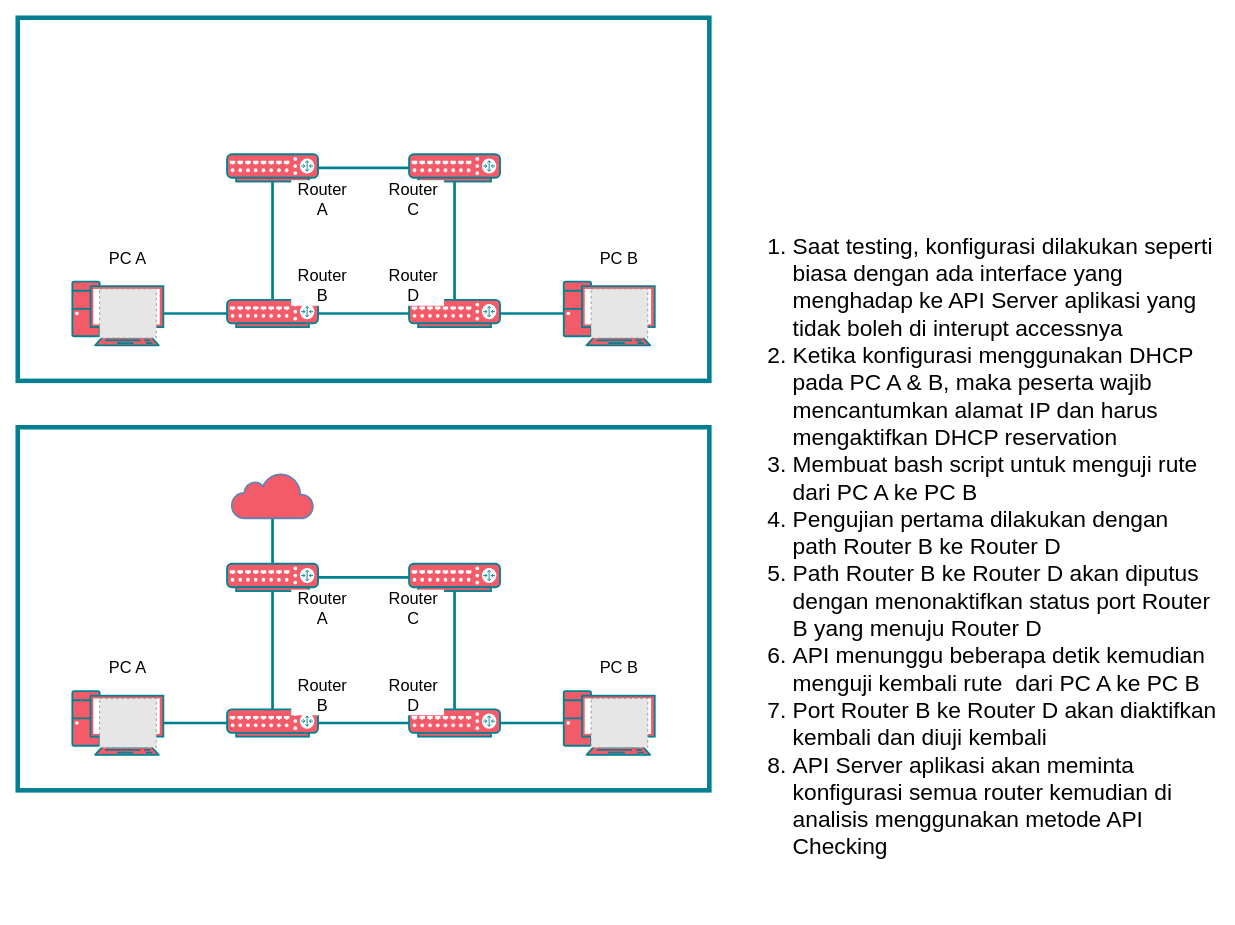
Rizqirazkafi/catatan-thesis keeps this draw.io diagram as Arsitektur Thesis.drawio. Above is the earlier version. Source tidied: cells renumbered, new cells numbered last; positions are measured from the earlier drawing's top-left corner, leaving out a move shared by most shapes. Both pictures are drawn from the tidied source at 91%, with x=0, y=0 at pixel (17, 17). Pictures stored in the file or linked from it are replaced by grey dashed boxes.
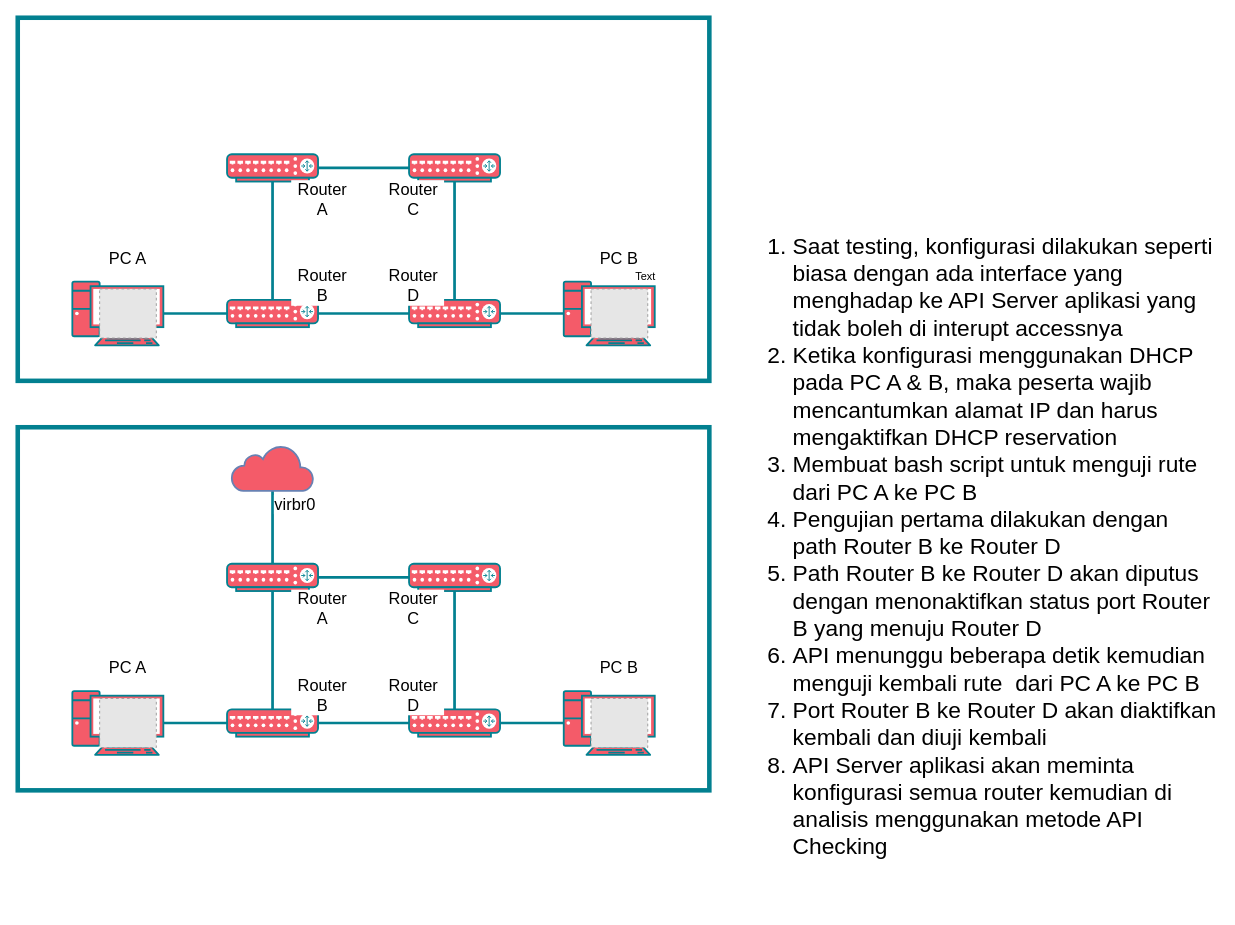
The same page after the edit.

Commit message:
Penambahan virbr0

The edit, as a diff of the source:
```diff
@@
     <mxCell id="24" style="html=1;outlineConnect=0;fillColor=#F45B69;strokeColor=#6881B3;gradientColor=none;gradientDirection=north;strokeWidth=2;shape=mxgraph.networks.cloud;fontColor=#ffffff;align=center;verticalAlign=middle;fontFamily=Helvetica;fontSize=11;labelBackgroundColor=default;" parent="1" vertex="1">
-      <mxGeometry x="235" y="500" width="90" height="50" as="geometry" />
+      <mxGeometry x="235" y="470" width="90" height="50" as="geometry" />
     </mxCell>
@@
+    <mxCell id="47" value="Text" style="text;html=1;align=center;verticalAlign=middle;whiteSpace=wrap;rounded=0;" parent="1" vertex="1">
+      <mxGeometry x="660" y="270" width="60" height="30" as="geometry" />
+    </mxCell>
+    <mxCell id="48" value="&lt;font style=&quot;font-size: 18px;&quot;&gt;virbr0&lt;/font&gt;" style="text;html=1;align=center;verticalAlign=middle;whiteSpace=wrap;rounded=0;fontFamily=Helvetica;fontSize=11;fontColor=#000000;labelBackgroundColor=default;fillColor=none;" parent="1" vertex="1">
+      <mxGeometry x="270" y="520" width="70" height="30" as="geometry" />
+    </mxCell>
```
